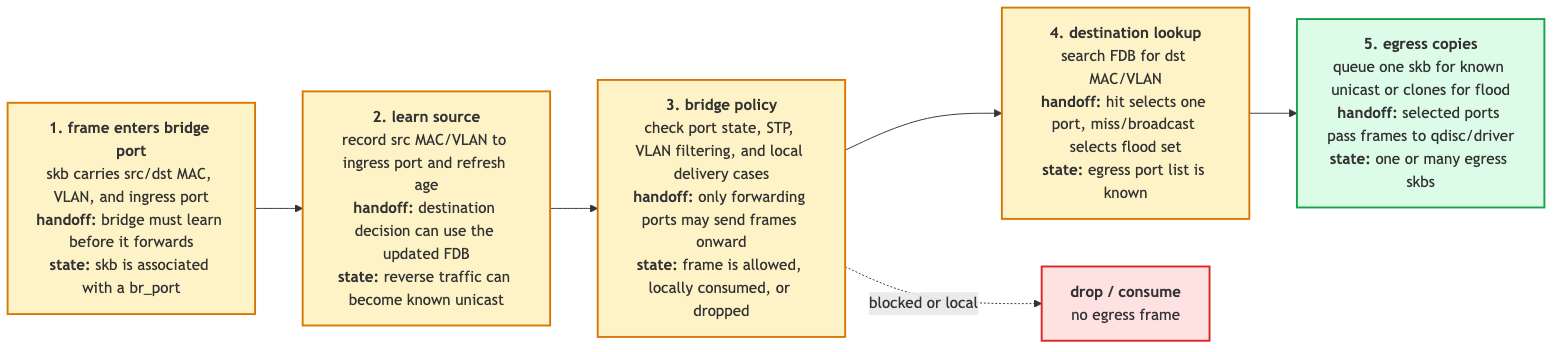
Before: linux-net/src/diagrams/day11_bridge.png, a diagram exported from Mermaid (biefy/books). Its source is kept beside it as linux-net/src/diagrams/src/day11_bridge.mmd.
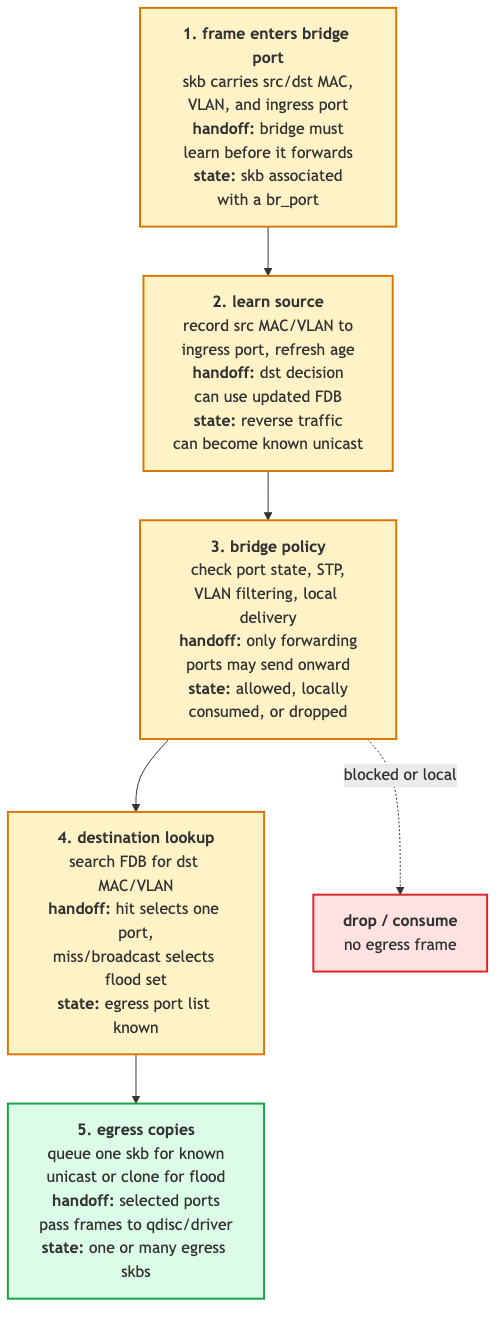
The same file after the commit.

The edit, as a diff of the source:
```diff
@@ -1,13 +1,13 @@
-flowchart LR
-    In["<b>1. frame enters bridge port</b><br/>skb carries src/dst MAC, VLAN, and ingress port<br/><b>handoff:</b> bridge must learn before it forwards<br/><b>state:</b> skb is associated with a br_port"]
+flowchart TD
+    In["<b>1. frame enters bridge port</b><br/>skb carries src/dst MAC,<br/>VLAN, and ingress port<br/><b>handoff:</b> bridge must<br/>learn before it forwards<br/><b>state:</b> skb associated<br/>with a br_port"]
 
-    Learn["<b>2. learn source</b><br/>record src MAC/VLAN to ingress port and refresh age<br/><b>handoff:</b> destination decision can use the updated FDB<br/><b>state:</b> reverse traffic can become known unicast"]
+    Learn["<b>2. learn source</b><br/>record src MAC/VLAN to<br/>ingress port, refresh age<br/><b>handoff:</b> dst decision<br/>can use updated FDB<br/><b>state:</b> reverse traffic<br/>can become known unicast"]
 
-    Policy["<b>3. bridge policy</b><br/>check port state, STP, VLAN filtering, and local delivery cases<br/><b>handoff:</b> only forwarding ports may send frames onward<br/><b>state:</b> frame is allowed, locally consumed, or dropped"]
+    Policy["<b>3. bridge policy</b><br/>check port state, STP,<br/>VLAN filtering, local delivery<br/><b>handoff:</b> only forwarding<br/>ports may send onward<br/><b>state:</b> allowed, locally<br/>consumed, or dropped"]
 
-    Lookup["<b>4. destination lookup</b><br/>search FDB for dst MAC/VLAN<br/><b>handoff:</b> hit selects one port, miss/broadcast selects flood set<br/><b>state:</b> egress port list is known"]
+    Lookup["<b>4. destination lookup</b><br/>search FDB for dst MAC/VLAN<br/><b>handoff:</b> hit selects one port,<br/>miss/broadcast selects flood set<br/><b>state:</b> egress port list known"]
 
-    Egress["<b>5. egress copies</b><br/>queue one skb for known unicast or clones for flood<br/><b>handoff:</b> selected ports pass frames to qdisc/driver<br/><b>state:</b> one or many egress skbs"]
+    Egress["<b>5. egress copies</b><br/>queue one skb for known<br/>unicast or clone for flood<br/><b>handoff:</b> selected ports<br/>pass frames to qdisc/driver<br/><b>state:</b> one or many egress skbs"]
 
     Drop["<b>drop / consume</b><br/>no egress frame"]
 
```
